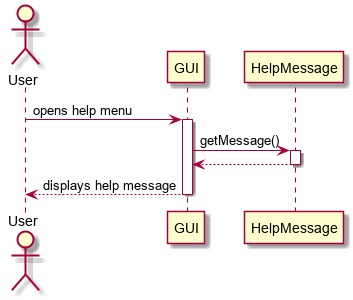
Above: 2-Entwurf/Diagramme/HelpSequenceDiagram.png in osl2/DAQ-Documents (PlantUML), before the change. Source of this version:
```plantuml
@startuml

actor User

User -> GUI : opens help menu
activate GUI
GUI -> HelpMessage : getMessage()
activate HelpMessage
GUI <-- HelpMessage
deactivate HelpMessage
User <-- GUI : displays help message
deactivate GUI

@enduml
```
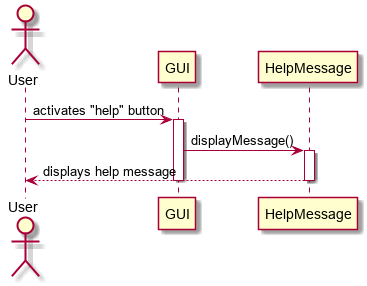
After the commit.

Diff of the diagram source:
```diff
@@ -2,13 +2,12 @@
 
 actor User
 
-User -> GUI : opens help menu
+User -> GUI : activates "help" button
 activate GUI
-GUI -> HelpMessage : getMessage()
+GUI -> HelpMessage : displayMessage()
 activate HelpMessage
-GUI <-- HelpMessage
+User <-- HelpMessage : displays help message
 deactivate HelpMessage
-User <-- GUI : displays help message
 deactivate GUI
 
 @enduml
```
